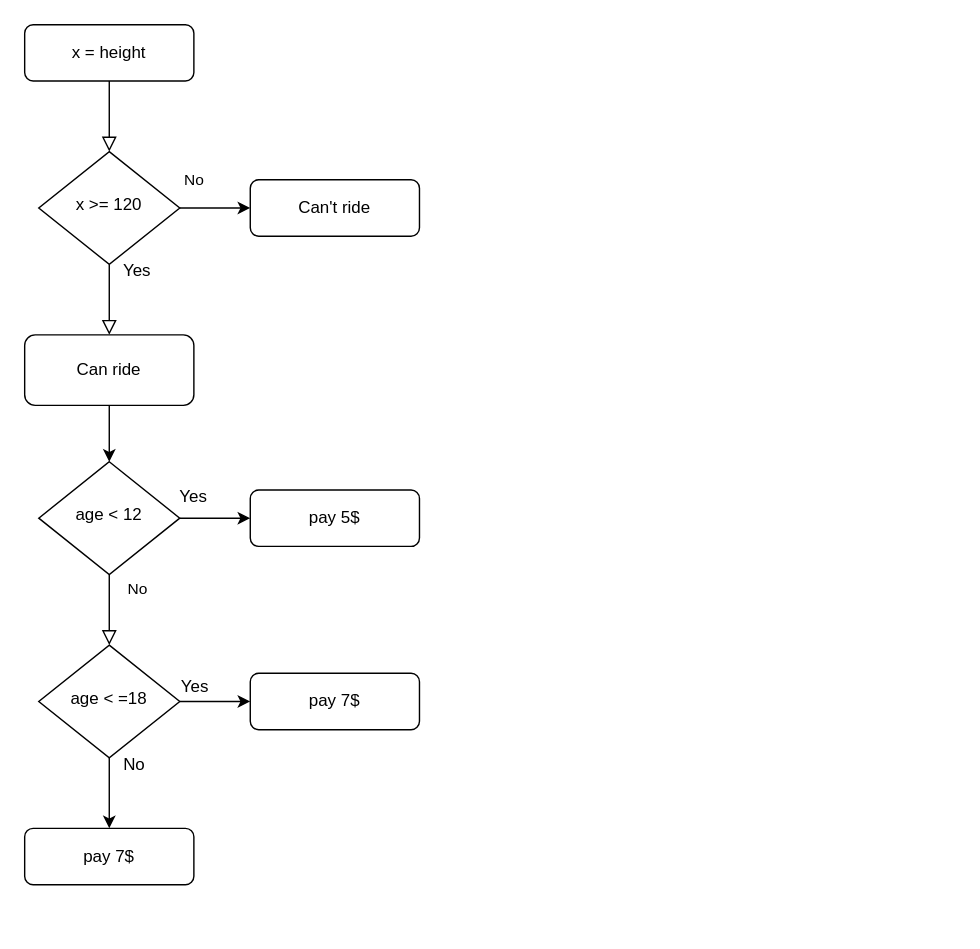
This is Udemy/Day_3_rollercoaster/rollercoaster_flowchart.drawio from Redhgar/Python_projects, a draw.io file, before an edit. Source tidied: cells renumbered, new cells numbered last; positions are measured from the earlier drawing's top-left corner, leaving out a move shared by most shapes. Both pictures are drawn from the tidied source at 141%, with x=0, y=0 at pixel (24, 24).
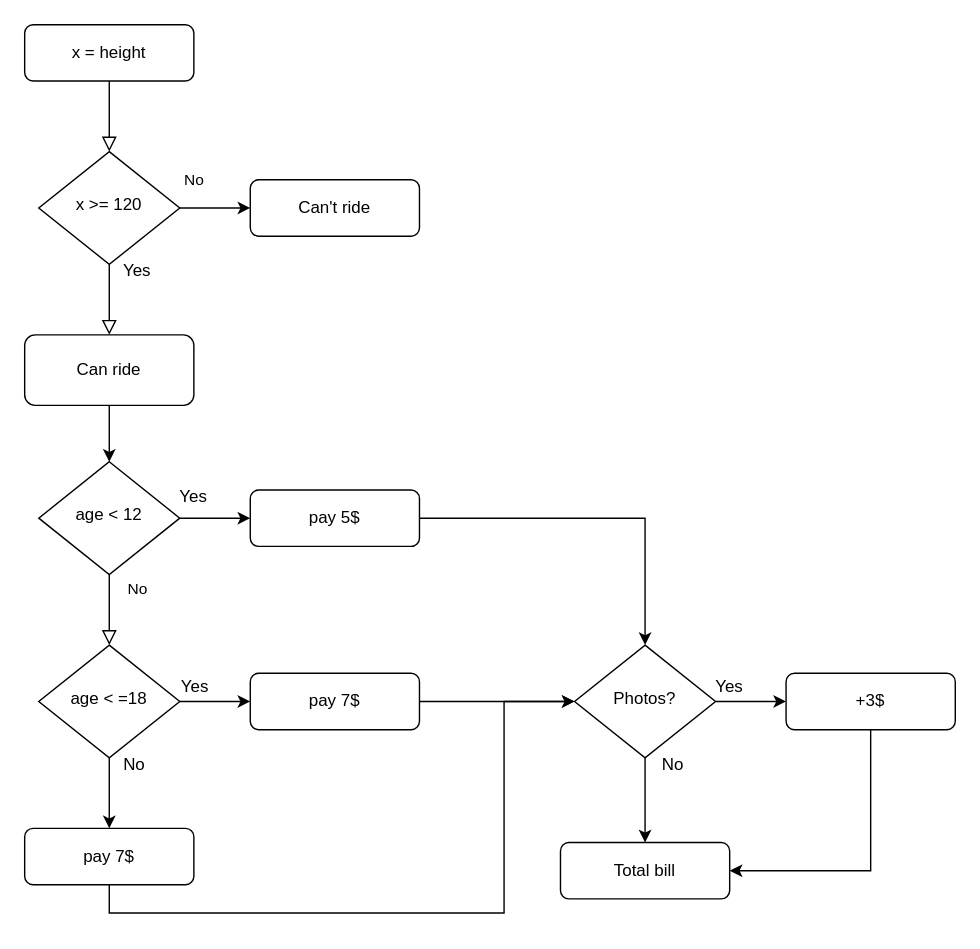
After the change.

Unchanged cells that the change refers to:
```xml
<mxCell id="14" value="pay 5$" style="rounded=1;whiteSpace=wrap;html=1;fontSize=12;glass=0;strokeWidth=1;shadow=0;" parent="1" vertex="1">
  <mxGeometry x="160" y="330" width="120" height="40" as="geometry" />
</mxCell>
<mxCell id="18" value="pay 7$" style="rounded=1;whiteSpace=wrap;html=1;fontSize=12;glass=0;strokeWidth=1;shadow=0;" parent="1" vertex="1">
  <mxGeometry x="160" y="460" width="120" height="40" as="geometry" />
</mxCell>
<mxCell id="22" value="pay 7$" style="rounded=1;whiteSpace=wrap;html=1;fontSize=12;glass=0;strokeWidth=1;shadow=0;" parent="1" vertex="1">
  <mxGeometry y="570" width="120" height="40" as="geometry" />
</mxCell>
```

The edit, as a diff of the source:
```diff
@@
+    <mxCell id="23" style="edgeStyle=orthogonalEdgeStyle;rounded=0;jettySize=auto;html=1;exitX=1;exitY=0.5;exitDx=0;exitDy=0;entryX=0.5;entryY=0;entryDx=0;entryDy=0;" parent="1" edge="1" source="14" target="28">
+      <mxGeometry relative="1" as="geometry" />
+    </mxCell>
@@
+    <mxCell id="24" style="edgeStyle=orthogonalEdgeStyle;rounded=0;jettySize=auto;html=1;exitX=1;exitY=0.5;exitDx=0;exitDy=0;" parent="1" edge="1" source="18">
+      <mxGeometry relative="1" as="geometry">
+        <mxPoint x="390" y="480" as="targetPoint" />
+      </mxGeometry>
+    </mxCell>
@@
+    <mxCell id="25" style="edgeStyle=orthogonalEdgeStyle;rounded=0;jettySize=auto;html=1;exitX=0.5;exitY=1;exitDx=0;exitDy=0;entryX=0;entryY=0.5;entryDx=0;entryDy=0;" parent="1" edge="1" source="22" target="28">
+      <mxGeometry relative="1" as="geometry">
+        <Array as="points">
+          <mxPoint x="60" y="630" />
+          <mxPoint x="340" y="630" />
+          <mxPoint x="340" y="480" />
+        </Array>
+      </mxGeometry>
+    </mxCell>
@@
+    <mxCell id="26" style="edgeStyle=orthogonalEdgeStyle;rounded=0;jettySize=auto;html=1;exitX=0.5;exitY=1;exitDx=0;exitDy=0;entryX=0.5;entryY=0;entryDx=0;entryDy=0;" parent="1" edge="1" source="28" target="31">
+      <mxGeometry relative="1" as="geometry" />
+    </mxCell>
+    <mxCell id="27" style="edgeStyle=orthogonalEdgeStyle;rounded=0;jettySize=auto;html=1;exitX=1;exitY=0.5;exitDx=0;exitDy=0;entryX=0;entryY=0.5;entryDx=0;entryDy=0;" parent="1" edge="1" source="28" target="30">
+      <mxGeometry relative="1" as="geometry" />
+    </mxCell>
+    <mxCell id="28" value="Photos?" style="rhombus;whiteSpace=wrap;html=1;shadow=0;fontFamily=Helvetica;fontSize=12;align=center;strokeWidth=1;spacing=6;spacingTop=-4;" parent="1" vertex="1">
+      <mxGeometry x="390" y="440" width="100" height="80" as="geometry" />
+    </mxCell>
+    <mxCell id="29" style="edgeStyle=orthogonalEdgeStyle;rounded=0;jettySize=auto;html=1;exitX=0.5;exitY=1;exitDx=0;exitDy=0;entryX=1;entryY=0.5;entryDx=0;entryDy=0;" parent="1" edge="1" source="30" target="31">
+      <mxGeometry relative="1" as="geometry" />
+    </mxCell>
+    <mxCell id="30" value="+3$" style="rounded=1;whiteSpace=wrap;html=1;fontSize=12;glass=0;strokeWidth=1;shadow=0;" parent="1" vertex="1">
+      <mxGeometry x="540" y="460" width="120" height="40" as="geometry" />
+    </mxCell>
+    <mxCell id="31" value="Total bill" style="rounded=1;whiteSpace=wrap;html=1;fontSize=12;glass=0;strokeWidth=1;shadow=0;" parent="1" vertex="1">
+      <mxGeometry x="380" y="580" width="120" height="40" as="geometry" />
+    </mxCell>
+    <mxCell id="32" value="Yes" style="text;html=1;strokeColor=none;fillColor=none;align=center;verticalAlign=middle;whiteSpace=wrap;rounded=0;" parent="1" vertex="1">
+      <mxGeometry x="470" y="455" width="60" height="30" as="geometry" />
+    </mxCell>
+    <mxCell id="33" value="No" style="text;html=1;strokeColor=none;fillColor=none;align=center;verticalAlign=middle;whiteSpace=wrap;rounded=0;" parent="1" vertex="1">
+      <mxGeometry x="430" y="510" width="60" height="30" as="geometry" />
+    </mxCell>
```
